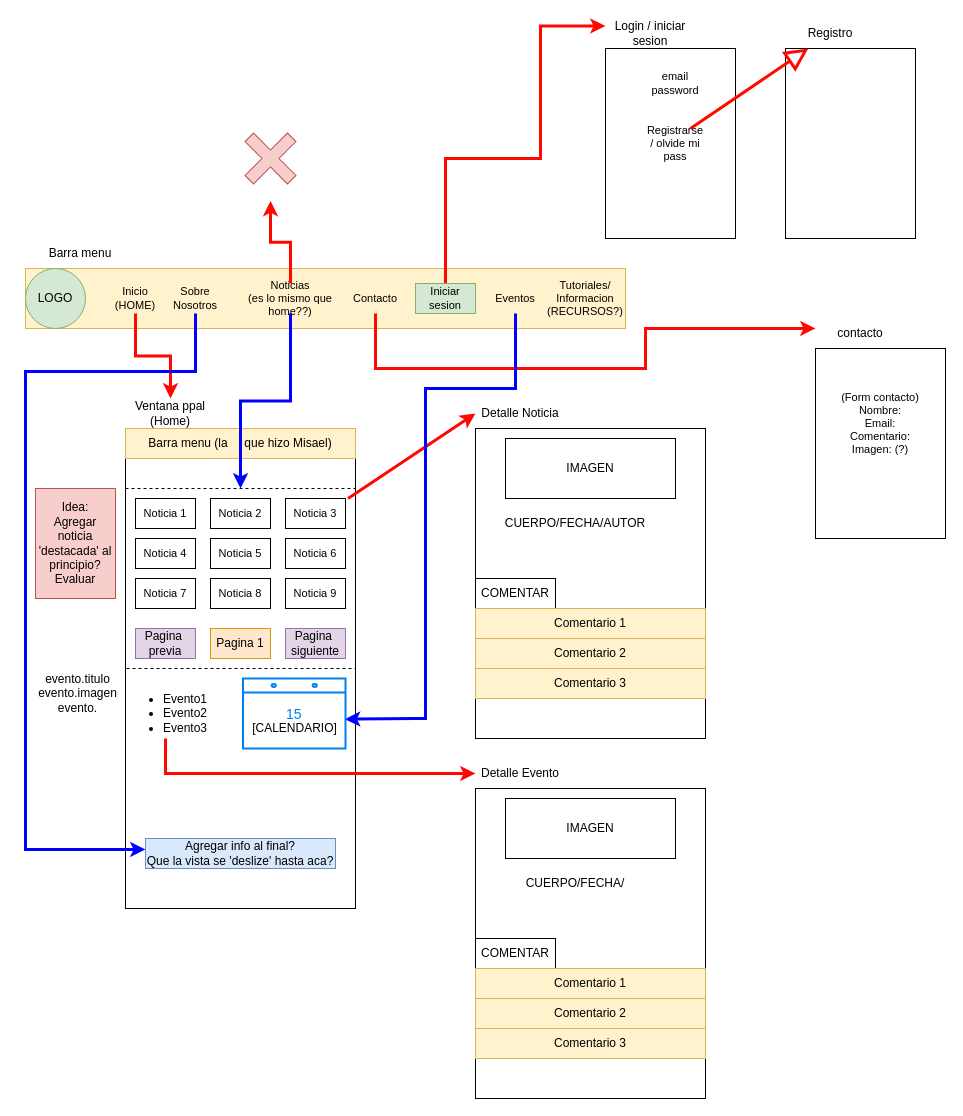
Earlier version of the draw.io diagram page "maquetado 2" (3 of 3) of Notas.drawio (AlexisRmnk/PF_Informatorio22). Source tidied: cells renumbered, new cells numbered last; positions are measured from the earlier drawing's top-left corner, leaving out a move shared by most shapes. Both pictures are drawn from the tidied source at 100%, with x=0, y=0 at pixel (25, 18).
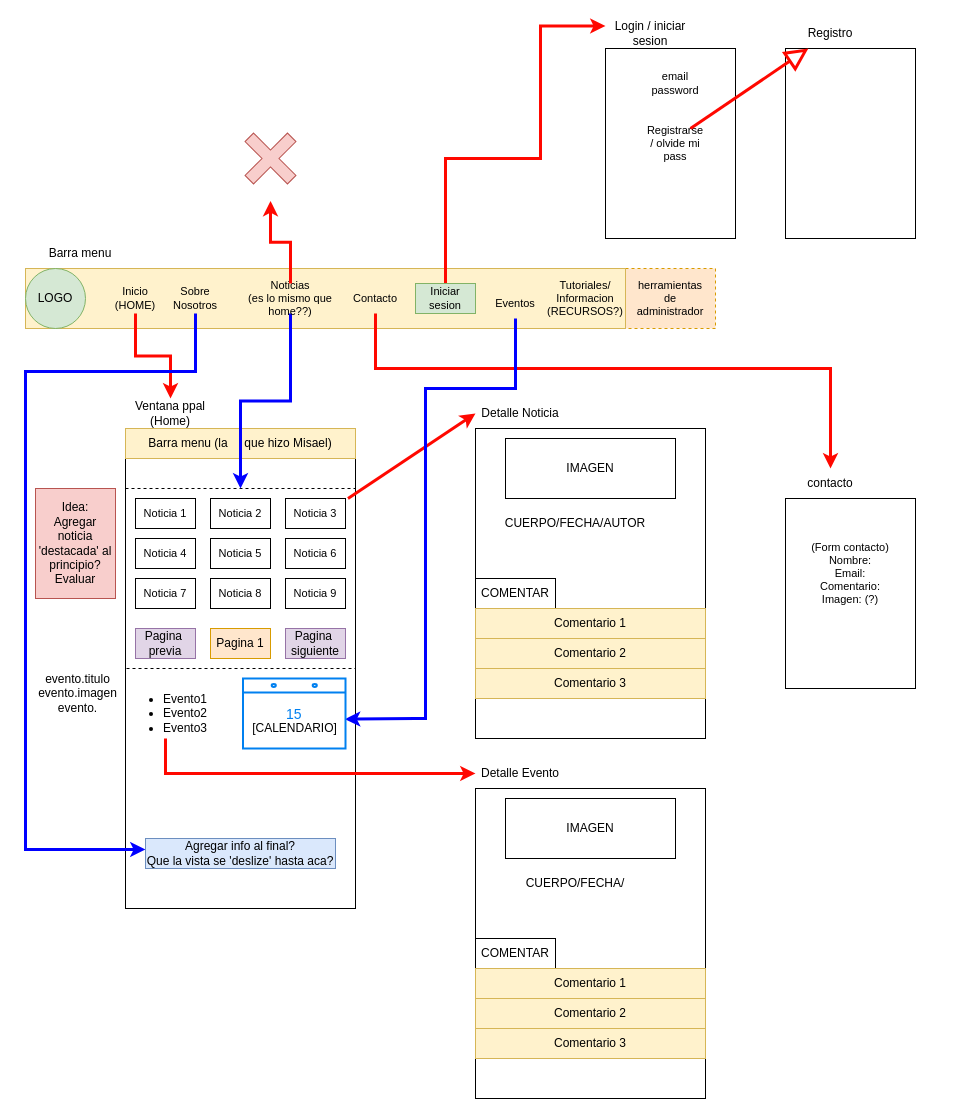
Above is the later version.

Commit message (it also covers changes not shown here):
Cambios menores al notas.drawio.

The change refers to these unchanged cells:
```xml
<mxCell id="28" value="Contacto" style="text;html=1;strokeColor=none;fillColor=none;align=center;verticalAlign=middle;whiteSpace=wrap;rounded=0;fontFamily=Helvetica;fontSize=11;fontColor=default;" parent="1" vertex="1">
  <mxGeometry x="320" y="265" width="60" height="30" as="geometry" />
</mxCell>
```

What changed in the source:
```diff
@@
+    <mxCell id="70" style="rounded=0;whiteSpace=wrap;html=1;fontFamily=Helvetica;fontSize=11;fillColor=#ffe6cc;dashed=1;strokeColor=#d79b00;" parent="1" vertex="1">
+      <mxGeometry x="600" y="250" width="90" height="60" as="geometry" />
+    </mxCell>
@@
     <mxCell id="27" style="edgeStyle=orthogonalEdgeStyle;rounded=0;jettySize=auto;html=1;strokeColor=#FF0800;strokeWidth=3;" parent="1" edge="1" source="28" target="37">
       <mxGeometry relative="1" as="geometry">
         <Array as="points">
           <mxPoint x="350" y="350" />
-          <mxPoint x="620" y="350" />
-          <mxPoint x="620" y="310" />
+          <mxPoint x="805" y="350" />
         </Array>
       </mxGeometry>
     </mxCell>
@@
     <mxCell id="36" style="rounded=0;whiteSpace=wrap;html=1;" parent="1" vertex="1">
-      <mxGeometry x="790" y="330" width="130" height="190" as="geometry" />
+      <mxGeometry x="760" y="480" width="130" height="190" as="geometry" />
     </mxCell>
     <mxCell id="37" value="contacto" style="text;html=1;strokeColor=none;fillColor=none;align=center;verticalAlign=middle;whiteSpace=wrap;rounded=0;" parent="1" vertex="1">
-      <mxGeometry x="790" y="300" width="90" height="30" as="geometry" />
+      <mxGeometry x="760" y="450" width="90" height="30" as="geometry" />
     </mxCell>
     <mxCell id="38" value="(Form contacto)&lt;br&gt;Nombre:&lt;br&gt;Email:&lt;br&gt;Comentario:&lt;br&gt;Imagen: (?)" style="text;html=1;strokeColor=none;fillColor=none;align=center;verticalAlign=middle;whiteSpace=wrap;rounded=0;fontFamily=Helvetica;fontSize=11;fontColor=default;" parent="1" vertex="1">
-      <mxGeometry x="800" y="360" width="110" height="90" as="geometry" />
+      <mxGeometry x="770" y="510" width="110" height="90" as="geometry" />
     </mxCell>
@@
     <mxCell id="41" value="Eventos" style="text;html=1;strokeColor=none;fillColor=none;align=center;verticalAlign=middle;whiteSpace=wrap;rounded=0;fontFamily=Helvetica;fontSize=11;fontColor=default;" parent="1" vertex="1">
-      <mxGeometry x="460" y="265" width="60" height="30" as="geometry" />
+      <mxGeometry x="460" y="270" width="60" height="30" as="geometry" />
     </mxCell>
@@
+    <mxCell id="71" value="herramientas de administrador" style="text;html=1;strokeColor=none;fillColor=none;align=center;verticalAlign=middle;whiteSpace=wrap;rounded=0;fontFamily=Helvetica;fontSize=11;fontColor=default;" parent="1" vertex="1">
+      <mxGeometry x="615" y="265" width="60" height="30" as="geometry" />
+    </mxCell>
```
